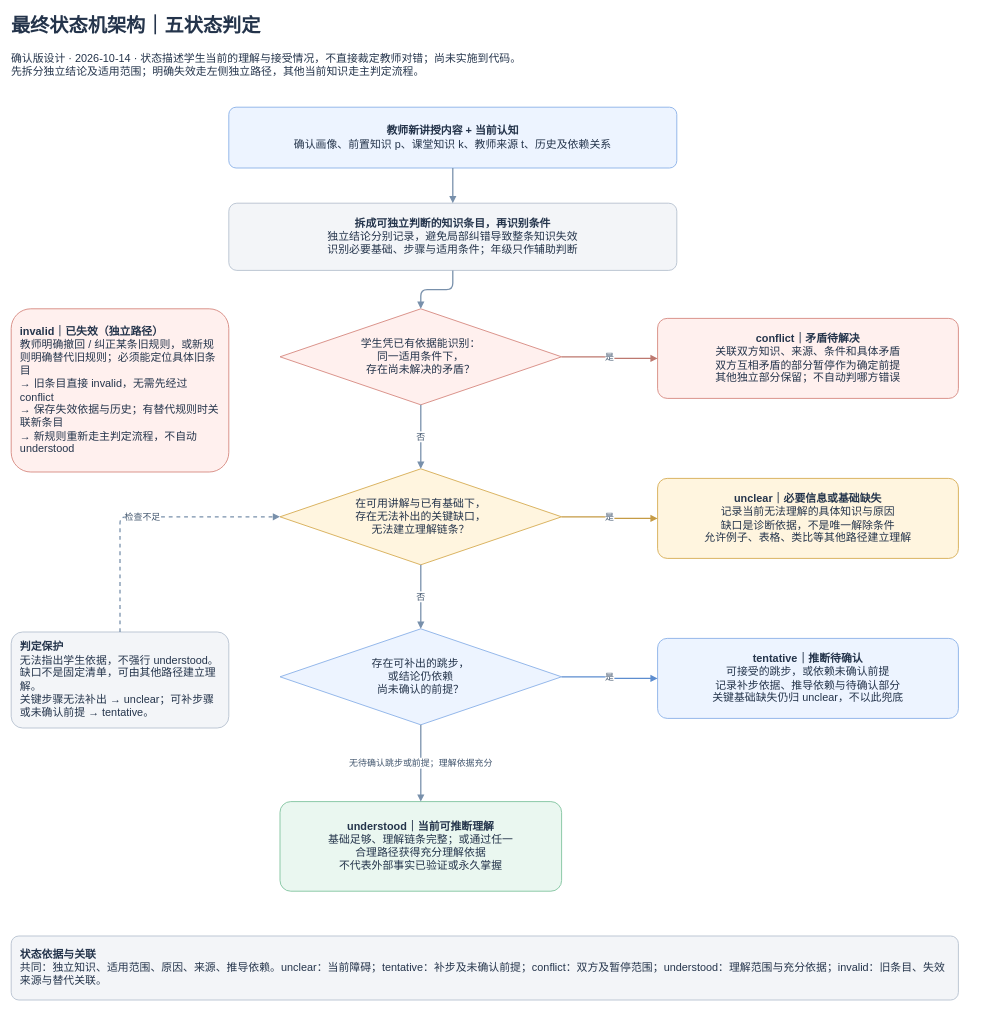
Before: page "02 五状态判定" (2 of 5) of docs/状态机改进流程图/LearnFromYou-最终状态机架构.drawio in Liyang-pai/LearnFromYou, a draw.io diagram. Source tidied: cells renumbered, new cells numbered last; positions are measured from the earlier drawing's top-left corner, leaving out a move shared by most shapes. Both pictures are drawn from the tidied source at 64%, with x=0, y=0 at pixel (11, 11).
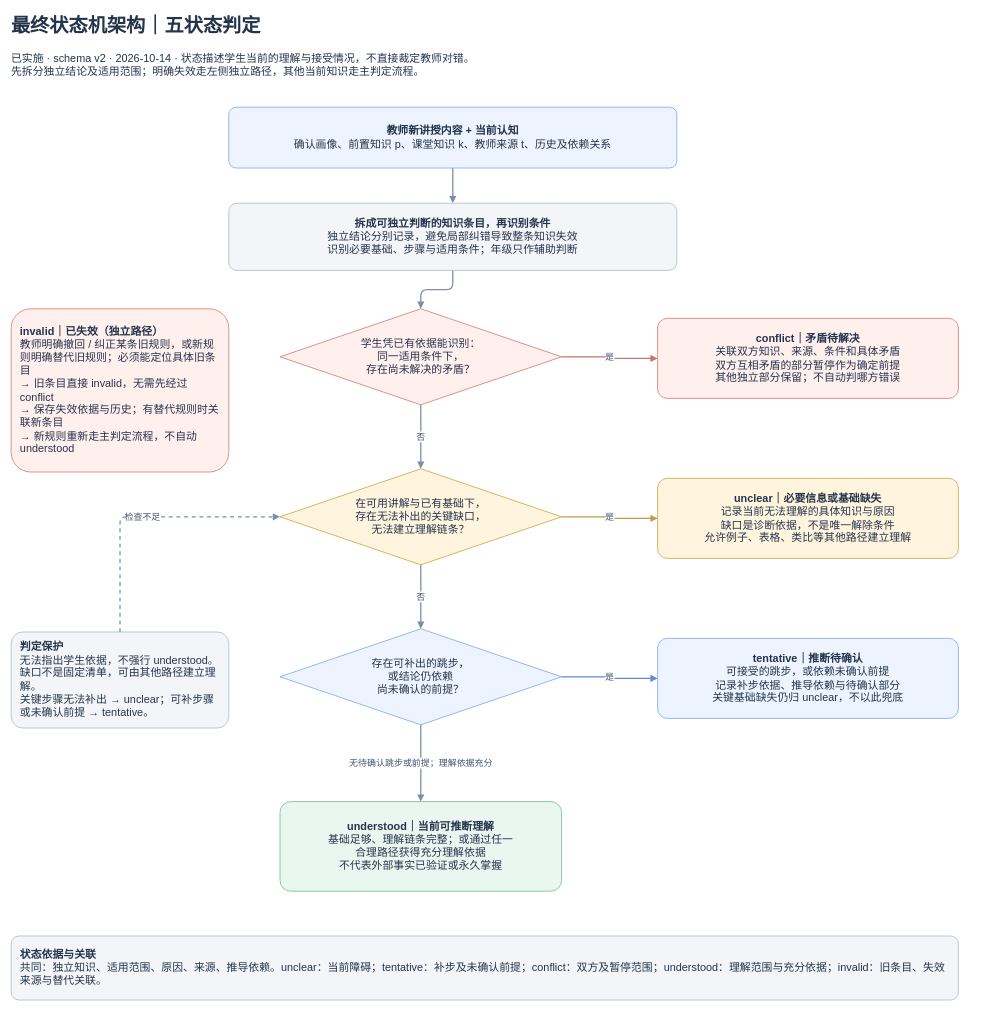
The same page after the edit.

What changed in the source:
```diff
@@
-    <mxCell id="3" value="确认版设计 · 2026-10-14 · 状态描述学生当前的理解与接受情况，不直接裁定教师对错；尚未实施到代码。&lt;br&gt;先拆分独立结论及适用范围；明确失效走左侧独立路径，其他当前知识走主判定流程。" style="html=1;whiteSpace=wrap;fontFamily=PingFang SC;fontSize=17;fontColor=#24344B;align=center;verticalAlign=middle;spacing=14;text;strokeColor=none;fillColor=none;align=left;spacing=0;" parent="1" vertex="1">
+    <mxCell id="3" value="已实施 · schema v2 · 2026-10-14 · 状态描述学生当前的理解与接受情况，不直接裁定教师对错。&lt;br&gt;先拆分独立结论及适用范围；明确失效走左侧独立路径，其他当前知识走主判定流程。" style="html=1;whiteSpace=wrap;fontFamily=PingFang SC;fontSize=17;fontColor=#24344B;align=center;verticalAlign=middle;spacing=14;text;strokeColor=none;fillColor=none;align=left;spacing=0;" parent="1" vertex="1">
       <mxGeometry y="60" width="1500" height="65" as="geometry" />
     </mxCell>
```
